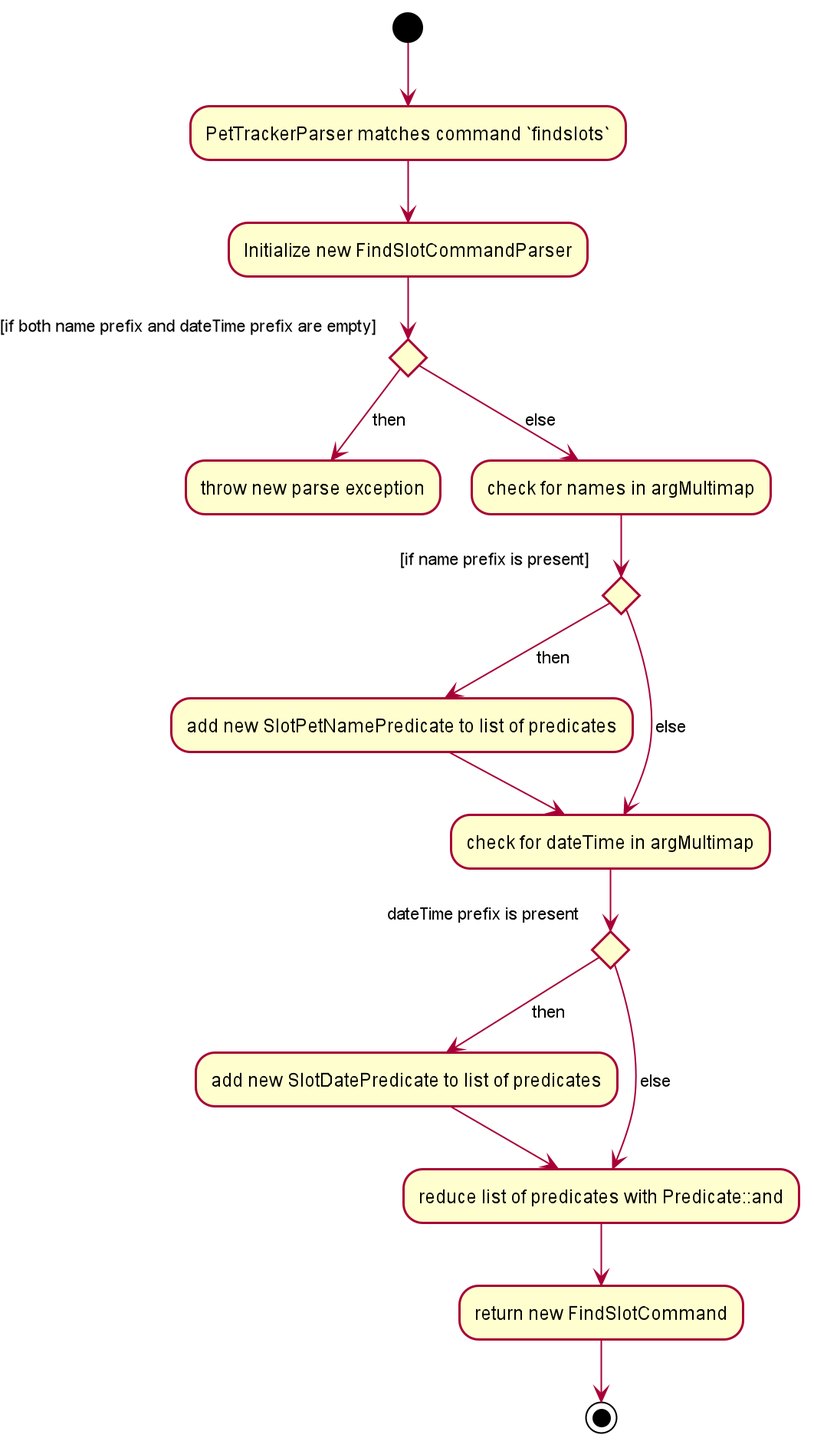
This is docs/images/dev-guide/FindSlotParserDiagram.png from umaikaze/main, a PlantUML export, as it was before one commit.
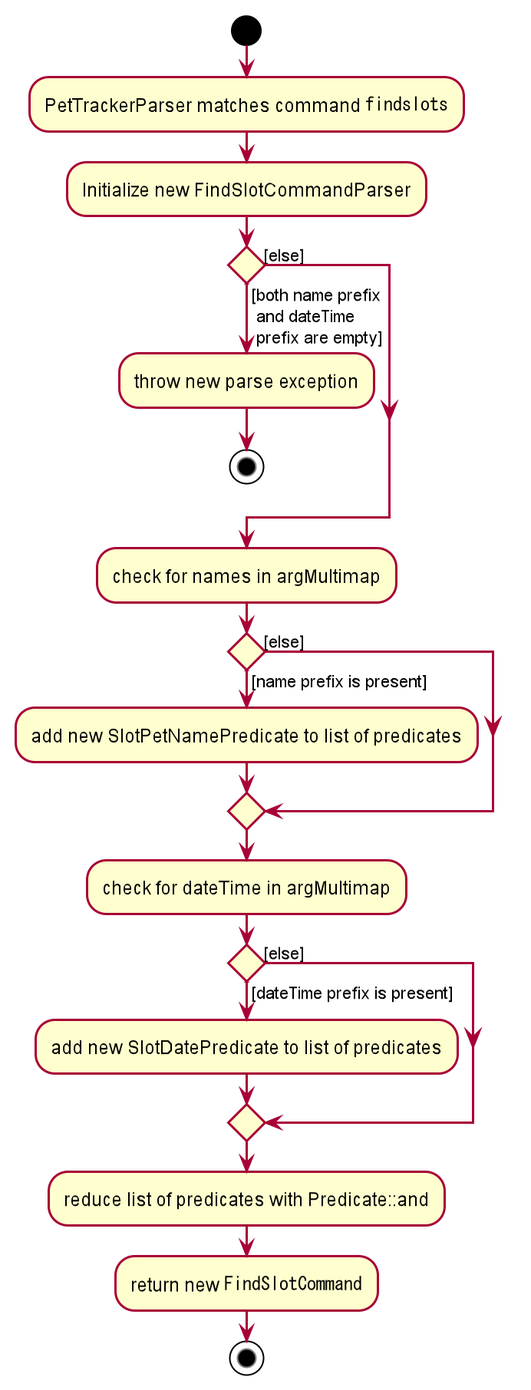
The same file after the commit.

Commit message:
Activity diagram formatting

Change to the diagram source:
```diff
@@ -48,25 +48,34 @@
 hide members
 hide circle
 
-(*)  --> "PetTrackerParser matches command `findslots`"
---> "Initialize new FindSlotCommandParser"
-if "[if both name prefix and dateTime prefix are empty]" then
---> [then] "throw new parse exception"
-else
---> [ else] "check for names in argMultimap"
-if "[if name prefix is present]" then
---> [then] "add new SlotPetNamePredicate to list of predicates"
---> "check for dateTime in argMultimap"
-else
---> [ else] "check for dateTime in argMultimap"
-if "dateTime prefix is present"
---> [then] "add new SlotDatePredicate to list of predicates"
---> "reduce list of predicates with Predicate::and"
-else
---> [ else] "reduce list of predicates with Predicate::and"
+start
+
+:PetTrackerParser matches command ""findslots"";
+
+:Initialize new FindSlotCommandParser;
+
+if () then ([both name prefix\n and dateTime\n prefix are empty]\n)
+    :throw new parse exception;
+    stop
+else ([else])
+
 endif
+
+:check for names in argMultimap;
+if () then ([name prefix is present])
+    :add new SlotPetNamePredicate to list of predicates;
+else ([else])
+
 endif
+
+:check for dateTime in argMultimap;
+if () then ([dateTime prefix is present])
+    :add new SlotDatePredicate to list of predicates;
+else ([else])
+
 endif
---> "return new FindSlotCommand"
--->(*)
+
+:reduce list of predicates with Predicate::and;
+:return new ""FindSlotCommand"";
+stop
 @enduml
```
